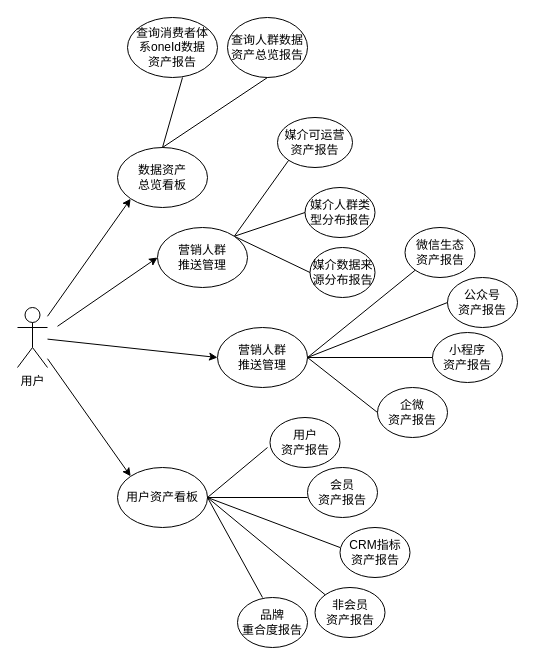
natyuen/huatu keeps this draw.io diagram as Dashboard E-R图.drawio. Above is the earlier version. Source tidied: cells renumbered, new cells numbered last; positions are measured from the earlier drawing's top-left corner, leaving out a move shared by most shapes. Both pictures are drawn from the tidied source at 100%, with x=0, y=0 at pixel (17, 17).
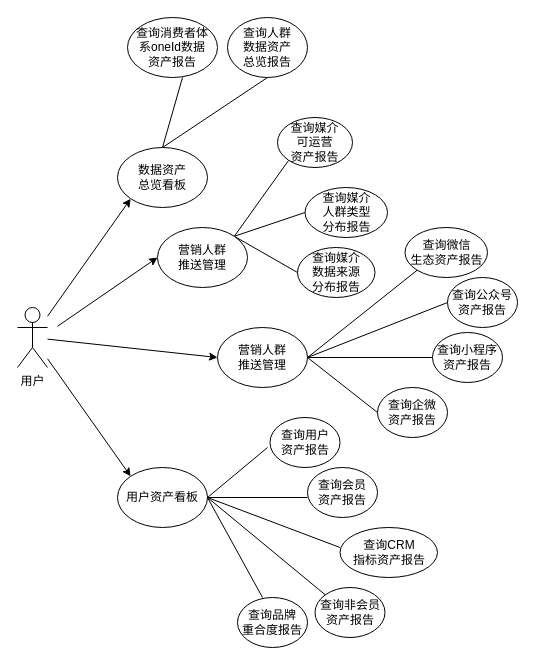
Above is the later version.

Diff of the diagram source:
```diff
@@
-    <mxCell id="10" value="媒介可运营&lt;br&gt;资产报告" style="ellipse;whiteSpace=wrap;html=1;" parent="1" vertex="1">
+    <mxCell id="10" value="查询媒介&lt;br&gt;可运营&lt;br&gt;资产报告" style="ellipse;whiteSpace=wrap;html=1;" parent="1" vertex="1">
       <mxGeometry x="260" y="100" width="75" height="50" as="geometry" />
     </mxCell>
-    <mxCell id="11" value="查询人群数据资产总览报告" style="ellipse;whiteSpace=wrap;html=1;" parent="1" vertex="1">
+    <mxCell id="11" value="查询人群&lt;br&gt;数据资产&lt;br&gt;总览报告" style="ellipse;whiteSpace=wrap;html=1;" parent="1" vertex="1">
       <mxGeometry x="210" width="80" height="60" as="geometry" />
     </mxCell>
-    <mxCell id="12" value="媒介人群类型分布报告" style="ellipse;whiteSpace=wrap;html=1;" parent="1" vertex="1">
-      <mxGeometry x="287.5" y="170" width="70" height="50" as="geometry" />
+    <mxCell id="12" value="查询媒介&lt;br&gt;人群类型&lt;br&gt;分布报告" style="ellipse;whiteSpace=wrap;html=1;" parent="1" vertex="1">
+      <mxGeometry x="287.5" y="170" width="82.5" height="50" as="geometry" />
     </mxCell>
-    <mxCell id="13" value="微信生态&lt;br&gt;资产报告" style="ellipse;whiteSpace=wrap;html=1;" parent="1" vertex="1">
-      <mxGeometry x="387.5" y="210" width="70" height="50" as="geometry" />
+    <mxCell id="13" value="查询微信&lt;br&gt;生态资产报告" style="ellipse;whiteSpace=wrap;html=1;" parent="1" vertex="1">
+      <mxGeometry x="387.5" y="210" width="82.5" height="50" as="geometry" />
     </mxCell>
-    <mxCell id="14" value="媒介数据来源分布报告" style="ellipse;whiteSpace=wrap;html=1;" parent="1" vertex="1">
-      <mxGeometry x="292.5" y="230" width="65" height="50" as="geometry" />
+    <mxCell id="14" value="查询媒介&lt;br&gt;数据来源&lt;br&gt;分布报告" style="ellipse;whiteSpace=wrap;html=1;" parent="1" vertex="1">
+      <mxGeometry x="280" y="230" width="77.5" height="50" as="geometry" />
     </mxCell>
-    <mxCell id="15" value="企微&lt;br&gt;资产报告" style="ellipse;whiteSpace=wrap;html=1;" parent="1" vertex="1">
+    <mxCell id="15" value="查询企微&lt;br&gt;资产报告" style="ellipse;whiteSpace=wrap;html=1;" parent="1" vertex="1">
       <mxGeometry x="360" y="370" width="70" height="50" as="geometry" />
     </mxCell>
-    <mxCell id="16" value="小程序&lt;br&gt;资产报告" style="ellipse;whiteSpace=wrap;html=1;" parent="1" vertex="1">
+    <mxCell id="16" value="查询小程序&lt;br&gt;资产报告" style="ellipse;whiteSpace=wrap;html=1;" parent="1" vertex="1">
       <mxGeometry x="415" y="315" width="70" height="50" as="geometry" />
     </mxCell>
-    <mxCell id="17" value="公众号&lt;br&gt;资产报告" style="ellipse;whiteSpace=wrap;html=1;" parent="1" vertex="1">
+    <mxCell id="17" value="查询公众号&lt;br&gt;资产报告" style="ellipse;whiteSpace=wrap;html=1;" parent="1" vertex="1">
       <mxGeometry x="430" y="260" width="70" height="50" as="geometry" />
     </mxCell>
-    <mxCell id="18" value="品牌&lt;br&gt;重合度报告" style="ellipse;whiteSpace=wrap;html=1;" parent="1" vertex="1">
+    <mxCell id="18" value="查询品牌&lt;br&gt;重合度报告" style="ellipse;whiteSpace=wrap;html=1;" parent="1" vertex="1">
       <mxGeometry x="220" y="580" width="70" height="50" as="geometry" />
     </mxCell>
-    <mxCell id="19" value="非会员&lt;br&gt;资产报告" style="ellipse;whiteSpace=wrap;html=1;" parent="1" vertex="1">
+    <mxCell id="19" value="查询非会员&lt;br&gt;资产报告" style="ellipse;whiteSpace=wrap;html=1;" parent="1" vertex="1">
       <mxGeometry x="297.5" y="570" width="70" height="50" as="geometry" />
     </mxCell>
-    <mxCell id="20" value="CRM指标&lt;br&gt;资产报告" style="ellipse;whiteSpace=wrap;html=1;" parent="1" vertex="1">
-      <mxGeometry x="322.5" y="510" width="70" height="50" as="geometry" />
+    <mxCell id="20" value="查询CRM&lt;br&gt;指标资产报告" style="ellipse;whiteSpace=wrap;html=1;" parent="1" vertex="1">
+      <mxGeometry x="322.5" y="510" width="97.5" height="50" as="geometry" />
     </mxCell>
-    <mxCell id="21" value="会员&lt;br&gt;资产报告" style="ellipse;whiteSpace=wrap;html=1;" parent="1" vertex="1">
+    <mxCell id="21" value="查询会员&lt;br&gt;资产报告" style="ellipse;whiteSpace=wrap;html=1;" parent="1" vertex="1">
       <mxGeometry x="290" y="450" width="70" height="50" as="geometry" />
     </mxCell>
-    <mxCell id="22" value="用户&lt;br&gt;资产报告" style="ellipse;whiteSpace=wrap;html=1;" parent="1" vertex="1">
+    <mxCell id="22" value="查询用户&lt;br&gt;资产报告" style="ellipse;whiteSpace=wrap;html=1;" parent="1" vertex="1">
       <mxGeometry x="252.5" y="400" width="70" height="50" as="geometry" />
     </mxCell>
```
